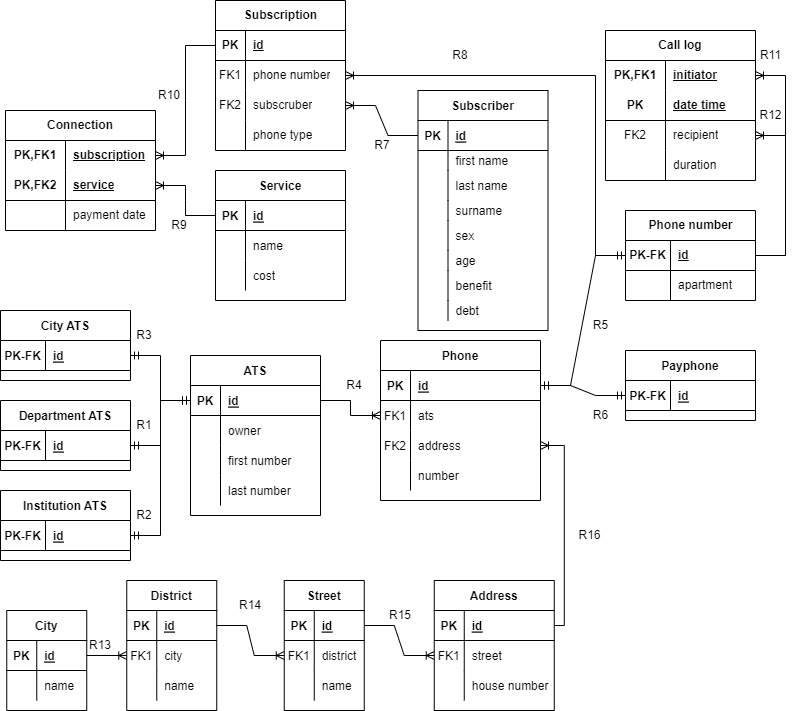
Earlier version of the draw.io export report/resources/er.png (Flynis/citnis). Source tidied: cells renumbered, new cells last; positions are measured from the earlier drawing's top-left corner, leaving out a move shared by most shapes.
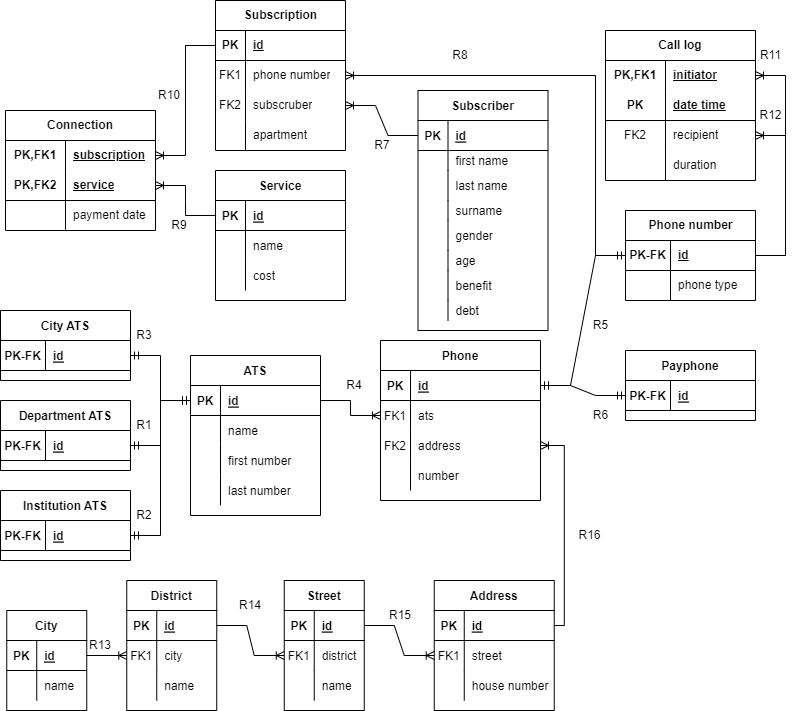
After the commit.

Commit message:
infological repaired

The edit, as a diff of the source:
```diff
@@ -86,7 +86,7 @@
     <mxCell id="29" style="shape=partialRectangle;overflow=hidden;fillColor=none;top=0;left=0;bottom=0;right=0;" parent="28" vertex="1">
       <mxGeometry width="30" height="30" as="geometry" />
     </mxCell>
-    <mxCell id="30" value="sex" style="shape=partialRectangle;overflow=hidden;fillColor=none;top=0;left=0;bottom=0;right=0;align=left;spacingLeft=6;" parent="28" vertex="1">
+    <mxCell id="30" value="gender" style="shape=partialRectangle;overflow=hidden;fillColor=none;top=0;left=0;bottom=0;right=0;align=left;spacingLeft=6;" parent="28" vertex="1">
       <mxGeometry x="30" width="100" height="30" as="geometry" />
     </mxCell>
     <mxCell id="31" style="shape=partialRectangle;fillColor=none;top=0;left=0;right=0;bottom=0;" parent="15" vertex="1">
@@ -134,7 +134,7 @@
     <mxCell id="45" style="shape=partialRectangle;overflow=hidden;fillColor=none;top=0;left=0;bottom=0;right=0;" parent="44" vertex="1">
       <mxGeometry width="30" height="30" as="geometry" />
     </mxCell>
-    <mxCell id="46" value="owner" style="shape=partialRectangle;overflow=hidden;fillColor=none;top=0;left=0;bottom=0;right=0;align=left;spacingLeft=6;" parent="44" vertex="1">
+    <mxCell id="46" value="name" style="shape=partialRectangle;overflow=hidden;fillColor=none;top=0;left=0;bottom=0;right=0;align=left;spacingLeft=6;" parent="44" vertex="1">
       <mxGeometry x="30" width="100" height="30" as="geometry" />
     </mxCell>
     <mxCell id="47" style="shape=partialRectangle;fillColor=none;top=0;left=0;right=0;bottom=0;" parent="40" vertex="1">
@@ -191,7 +191,7 @@
     <mxCell id="64" style="shape=partialRectangle;fillColor=none;top=0;left=0;bottom=0;right=0;overflow=hidden;whiteSpace=wrap;html=1;" parent="63" vertex="1">
       <mxGeometry width="30" height="30" as="geometry" />
     </mxCell>
-    <mxCell id="65" value="phone type" style="shape=partialRectangle;fillColor=none;top=0;left=0;bottom=0;right=0;align=left;spacingLeft=6;overflow=hidden;whiteSpace=wrap;html=1;" parent="63" vertex="1">
+    <mxCell id="65" value="apartment" style="shape=partialRectangle;fillColor=none;top=0;left=0;bottom=0;right=0;align=left;spacingLeft=6;overflow=hidden;whiteSpace=wrap;html=1;" parent="63" vertex="1">
       <mxGeometry x="30" width="100" height="30" as="geometry" />
     </mxCell>
     <mxCell id="66" value="City ATS" style="shape=table;startSize=30;rowLines=0;fontStyle=1;align=center;" parent="1" vertex="1">
@@ -276,7 +276,7 @@
     <mxCell id="91" style="shape=partialRectangle;fillColor=none;top=0;left=0;bottom=0;right=0;overflow=hidden;whiteSpace=wrap;html=1;" parent="90" vertex="1">
       <mxGeometry width="45" height="30" as="geometry" />
     </mxCell>
-    <mxCell id="92" value="apartment" style="shape=partialRectangle;fillColor=none;top=0;left=0;bottom=0;right=0;align=left;spacingLeft=6;overflow=hidden;whiteSpace=wrap;html=1;" parent="90" vertex="1">
+    <mxCell id="92" value="phone type" style="shape=partialRectangle;fillColor=none;top=0;left=0;bottom=0;right=0;align=left;spacingLeft=6;overflow=hidden;whiteSpace=wrap;html=1;" parent="90" vertex="1">
       <mxGeometry x="45" width="85" height="30" as="geometry" />
     </mxCell>
     <mxCell id="93" style="edgeStyle=entityRelationEdgeStyle;fontSize=12;html=1;endArrow=none;rounded=0;startArrow=ERoneToMany;startFill=0;endFill=0;entryX=0;entryY=0.5;entryDx=0;entryDy=0;exitX=1;exitY=0.5;exitDx=0;exitDy=0;" parent="1" edge="1" source="60" target="16">
```
